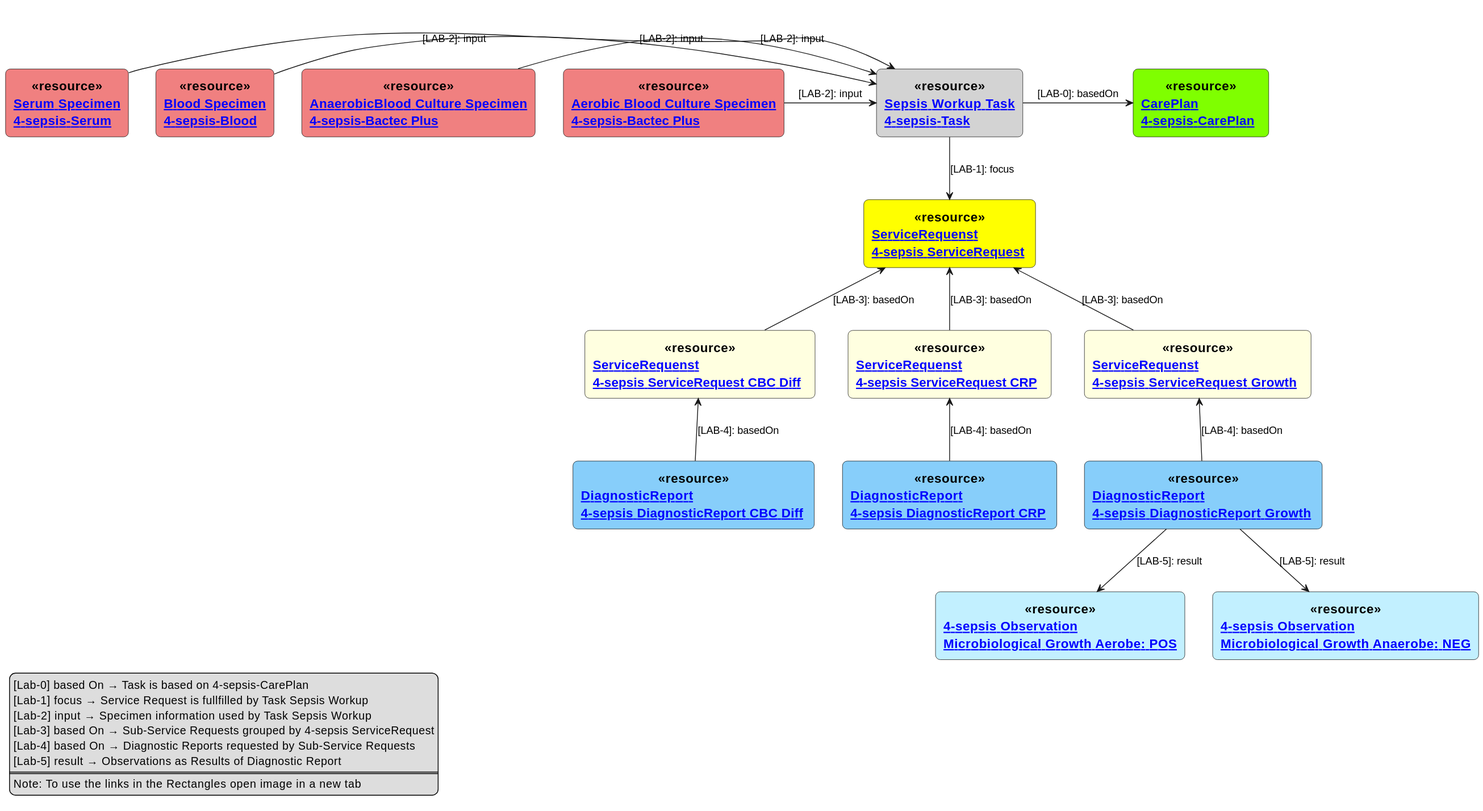
This is input/images/4-sepsis-task.svg from hl7ch/ch-lab-order, a PlantUML export, as it was before one commit.
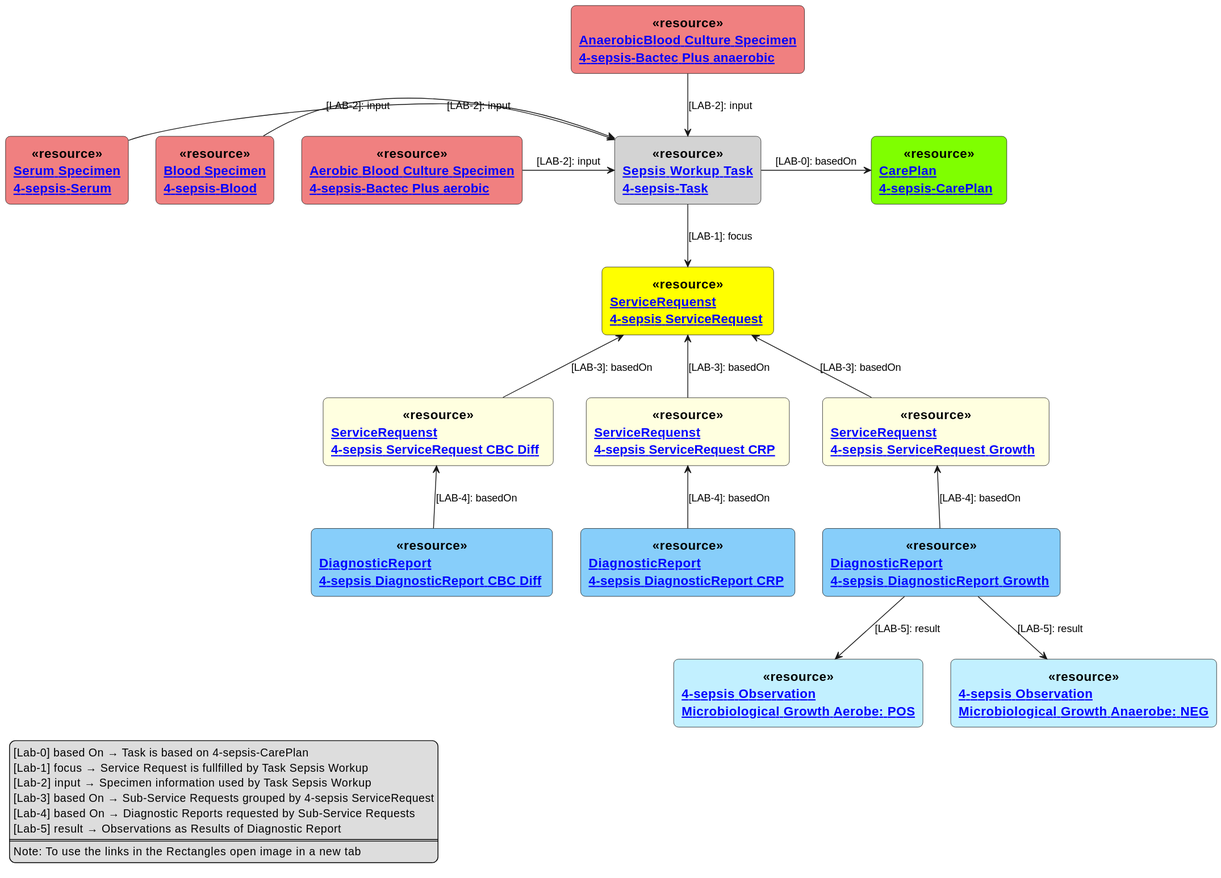
After the change.

Commit message:
update sepis task diagram

Diff of the diagram source:
```diff
@@ -23,8 +23,8 @@
 rectangle "[[ Observation-observationMicrobiolGrowthAnaerobe.html 4-sepsis Observation\nMicrobiological Growth Anaerobe: NEG]]" as OMANA <<$bProcess>><<resource>> #APPLICATION
 
 rectangle "[[ Task-4-sepsis-Task.html Sepsis Workup  Task\n4-sepsis-Task ]]" as T1 <<$bProcess>><<resource>> #LightGray
-rectangle "[[ Specimen-4-sepsis-Blood-bactec-plus-aerobic.html Aerobic Blood Culture Specimen\n4-sepsis-Bactec Plus ]]" as BBSA <<$bProcess>><<resource>> #LightCoral
-rectangle "[[ Specimen-4-sepsis-Blood-bactec-plus-anaerobic.html AnaerobicBlood Culture Specimen\n4-sepsis-Bactec Plus ]]" as BBSANA <<$bProcess>><<resource>> #LightCoral
+rectangle "[[ Specimen-4-sepsis-Blood-bactec-plus-aerobic.html Aerobic Blood Culture Specimen\n4-sepsis-Bactec Plus aerobic ]]" as BBSA <<$bProcess>><<resource>> #LightCoral
+rectangle "[[ Specimen-4-sepsis-Blood-bactec-plus-anaerobic.html AnaerobicBlood Culture Specimen\n4-sepsis-Bactec Plus anaerobic ]]" as BBSANA <<$bProcess>><<resource>> #LightCoral
 rectangle "[[ Specimen-4-sepsis-Blood.html Blood Specimen\n4-sepsis-Blood ]]" as BS <<$bProcess>><<resource>> #LightCoral
 rectangle "[[ Specimen-4-sepsis-Serum.html Serum Specimen\n4-sepsis-Serum ]]" as SS <<$bProcess>><<resource>> #LightCoral
 
@@ -40,7 +40,8 @@
 SR <-up- T1 : [LAB-1]: focus
 CP <-left- T1 : [LAB-0]: basedOn
 T1 <-left- BBSA : [LAB-2]: input
-T1 <-left- BBSANA : [LAB-2]: input
+
+BBSANA -down-> T1 : [LAB-2]: input
 T1 <-left- BS : [LAB-2]: input
 T1 <-left- SS : [LAB-2]: input
 
```
